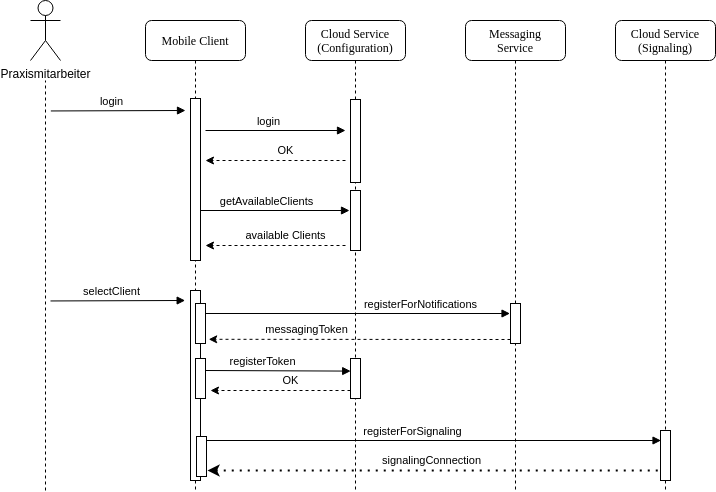
The draw.io diagram src/graphics/diagramms/Sequence_Registration.png in jsvilling/IP6_Bachelorarbeit_Bericht_Cloudbasiertes_Praxisrufsystem, before a commit. Source tidied: cells renumbered, new cells last; positions are measured from the earlier drawing's top-left corner, leaving out a move shared by most shapes.
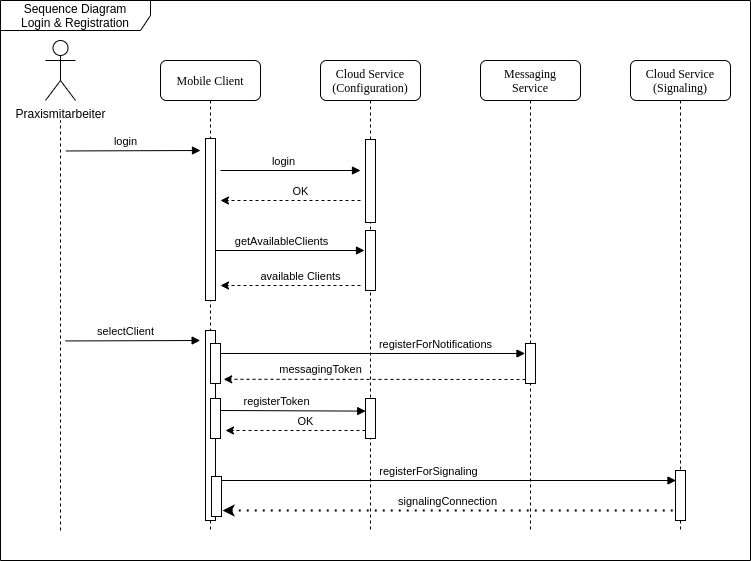
Above is the later version.

Commit message:
Add diagram Frames for UML

What changed in the source:
```diff
@@ -146,5 +146,8 @@
     <mxCell id="34" style="html=1;points=[];perimeter=orthogonalPerimeter;rounded=0;shadow=0;comic=0;labelBackgroundColor=none;strokeWidth=1;fontFamily=Verdana;fontSize=12;align=center;" parent="31" vertex="1">
       <mxGeometry x="45" y="410" width="10" height="50" as="geometry" />
     </mxCell>
+    <mxCell id="35" value="Sequence Diagram&lt;br&gt;Login &amp;amp; Registration" style="shape=umlFrame;whiteSpace=wrap;html=1;width=150;height=30;" parent="1" vertex="1">
+      <mxGeometry x="-45" y="-40" width="750" height="560" as="geometry" />
+    </mxCell>
   </root>
 </mxGraphModel>
```
